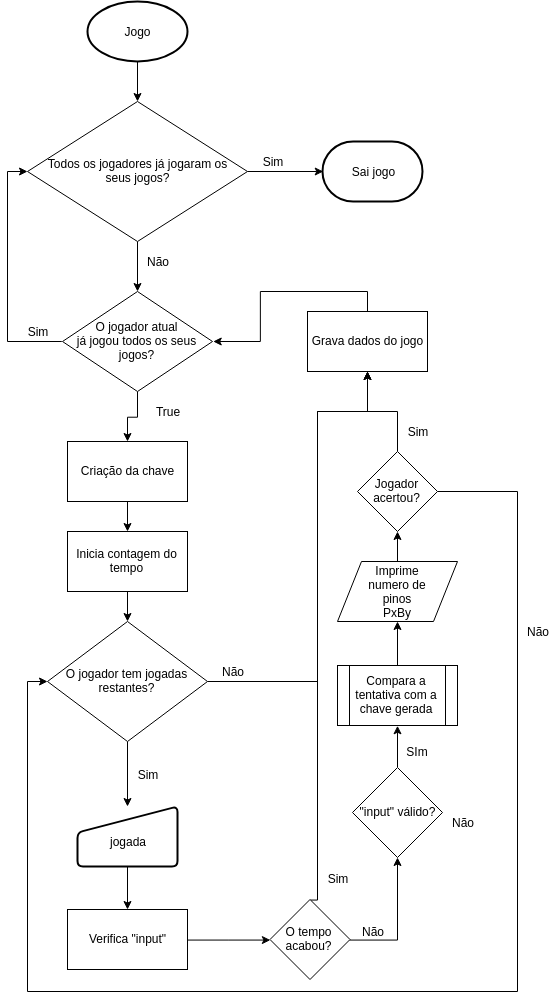
Before: Relatorio/jogo.png, a diagram exported from draw.io (kikofmas/Projeto-Prog). Source tidied: cells renumbered, new cells last; positions are measured from the earlier drawing's top-left corner, leaving out a move shared by most shapes.
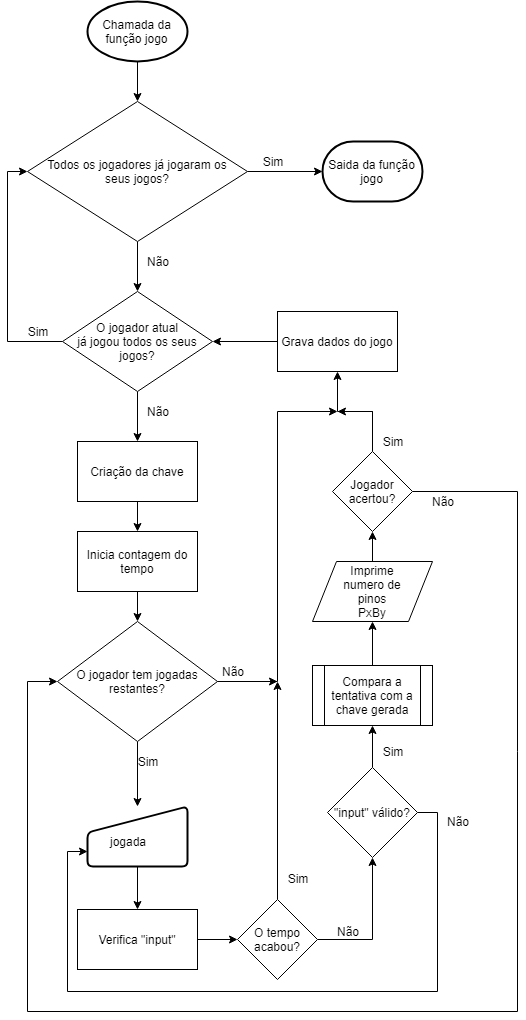
The same diagram one commit later.

Change to the diagram source:
```diff
@@ -5,7 +5,7 @@
     <mxCell id="2" style="edgeStyle=orthogonalEdgeStyle;rounded=0;jettySize=auto;html=1;" parent="1" edge="1" source="3" target="6">
       <mxGeometry relative="1" as="geometry" />
     </mxCell>
-    <mxCell id="3" value="Jogo" style="strokeWidth=2;html=1;shape=mxgraph.flowchart.start_1;whiteSpace=wrap;" parent="1" vertex="1">
+    <mxCell id="3" value="Chamada da função jogo" style="strokeWidth=2;html=1;shape=mxgraph.flowchart.start_1;whiteSpace=wrap;" parent="1" vertex="1">
       <mxGeometry x="70" width="100" height="60" as="geometry" />
     </mxCell>
     <mxCell id="4" style="edgeStyle=orthogonalEdgeStyle;rounded=0;jettySize=auto;html=1;entryX=0.5;entryY=0;entryDx=0;entryDy=0;" parent="1" edge="1" source="6" target="9">
@@ -32,8 +32,8 @@
     <mxCell id="11" value="Sim" style="text;html=1;strokeColor=none;fillColor=none;align=center;verticalAlign=middle;whiteSpace=wrap;rounded=0;" parent="1" vertex="1">
       <mxGeometry x="235" y="150" width="40" height="20" as="geometry" />
     </mxCell>
-    <mxCell id="12" value="True" style="text;html=1;strokeColor=none;fillColor=none;align=center;verticalAlign=middle;whiteSpace=wrap;rounded=0;" parent="1" vertex="1">
-      <mxGeometry x="130" y="400" width="40" height="20" as="geometry" />
+    <mxCell id="12" value="Não" style="text;html=1;strokeColor=none;fillColor=none;align=center;verticalAlign=middle;whiteSpace=wrap;rounded=0;" parent="1" vertex="1">
+      <mxGeometry x="120" y="400" width="40" height="20" as="geometry" />
     </mxCell>
     <mxCell id="13" value="Sim" style="text;html=1;strokeColor=none;fillColor=none;align=center;verticalAlign=middle;whiteSpace=wrap;rounded=0;" parent="1" vertex="1">
       <mxGeometry y="320" width="40" height="20" as="geometry" />
@@ -42,19 +42,19 @@
       <mxGeometry relative="1" as="geometry" />
     </mxCell>
     <mxCell id="15" value="&lt;span&gt;Criação da chave&lt;/span&gt;&lt;br&gt;" style="rounded=0;whiteSpace=wrap;html=1;" parent="1" vertex="1">
-      <mxGeometry x="50" y="440" width="120" height="60" as="geometry" />
+      <mxGeometry x="60" y="440" width="120" height="60" as="geometry" />
     </mxCell>
     <mxCell id="16" style="edgeStyle=orthogonalEdgeStyle;rounded=0;jettySize=auto;html=1;" parent="1" edge="1" source="17" target="23">
       <mxGeometry relative="1" as="geometry" />
     </mxCell>
     <mxCell id="17" value="Inicia contagem do tempo&lt;br&gt;" style="rounded=0;whiteSpace=wrap;html=1;" parent="1" vertex="1">
-      <mxGeometry x="50" y="530" width="120" height="60" as="geometry" />
+      <mxGeometry x="60" y="530" width="120" height="60" as="geometry" />
     </mxCell>
     <mxCell id="18" style="edgeStyle=orthogonalEdgeStyle;rounded=0;jettySize=auto;html=1;" parent="1" edge="1" source="19" target="32">
       <mxGeometry relative="1" as="geometry" />
     </mxCell>
     <mxCell id="19" style="verticalLabelPosition=bottom;verticalAlign=top;html=1;strokeWidth=2;shape=manualInput;whiteSpace=wrap;rounded=1;size=26;arcSize=11;" parent="1" vertex="1">
-      <mxGeometry x="60" y="805" width="100" height="60" as="geometry" />
+      <mxGeometry x="70" y="805" width="100" height="60" as="geometry" />
     </mxCell>
     <mxCell id="20" value="jogada" style="text;html=1;strokeColor=none;fillColor=none;align=center;verticalAlign=middle;whiteSpace=wrap;rounded=0;" parent="1" vertex="1">
       <mxGeometry x="90" y="830" width="40" height="20" as="geometry" />
@@ -62,108 +62,130 @@
     <mxCell id="21" style="edgeStyle=orthogonalEdgeStyle;rounded=0;jettySize=auto;html=1;" parent="1" edge="1" source="23" target="19">
       <mxGeometry relative="1" as="geometry" />
     </mxCell>
-    <mxCell id="22" style="edgeStyle=orthogonalEdgeStyle;rounded=0;jettySize=auto;html=1;exitX=1;exitY=0.5;exitDx=0;exitDy=0;entryX=0.5;entryY=1;entryDx=0;entryDy=0;" parent="1" edge="1" source="23" target="44">
-      <mxGeometry relative="1" as="geometry">
-        <Array as="points">
-          <mxPoint x="300" y="680" />
-          <mxPoint x="300" y="410" />
-          <mxPoint x="350" y="410" />
-        </Array>
-      </mxGeometry>
-    </mxCell>
+    <mxCell id="50" style="edgeStyle=orthogonalEdgeStyle;rounded=0;jettySize=auto;html=1;exitX=1;exitY=0.5;exitDx=0;exitDy=0;" parent="1" edge="1" source="23">
+      <mxGeometry relative="1" as="geometry">
+        <mxPoint x="260" y="680" as="targetPoint" />
+      </mxGeometry>
+    </mxCell>
+    <mxCell id="51" style="edgeStyle=orthogonalEdgeStyle;rounded=0;jettySize=auto;html=1;exitX=1;exitY=0.5;exitDx=0;exitDy=0;" parent="1" edge="1" source="23">
+      <mxGeometry relative="1" as="geometry">
+        <mxPoint x="320" y="410" as="targetPoint" />
+        <Array as="points">
+          <mxPoint x="260" y="680" />
+          <mxPoint x="260" y="410" />
+        </Array>
+      </mxGeometry>
+    </mxCell>
     <mxCell id="23" value="O jogador tem jogadas restantes?" style="rhombus;whiteSpace=wrap;html=1;" parent="1" vertex="1">
-      <mxGeometry x="30" y="620" width="160" height="120" as="geometry" />
+      <mxGeometry x="40" y="620" width="160" height="120" as="geometry" />
     </mxCell>
     <mxCell id="24" style="edgeStyle=orthogonalEdgeStyle;rounded=0;jettySize=auto;html=1;exitX=0.5;exitY=0;exitDx=0;exitDy=0;entryX=0.5;entryY=1;entryDx=0;entryDy=0;" parent="1" edge="1" source="25" target="46">
       <mxGeometry relative="1" as="geometry" />
     </mxCell>
+    <mxCell id="52" style="edgeStyle=orthogonalEdgeStyle;rounded=0;jettySize=auto;html=1;exitX=1;exitY=0.5;exitDx=0;exitDy=0;entryX=0;entryY=0.75;entryDx=0;entryDy=0;" parent="1" edge="1" source="25" target="19">
+      <mxGeometry relative="1" as="geometry">
+        <Array as="points">
+          <mxPoint x="420" y="811" />
+          <mxPoint x="420" y="990" />
+          <mxPoint x="50" y="990" />
+          <mxPoint x="50" y="850" />
+        </Array>
+      </mxGeometry>
+    </mxCell>
     <mxCell id="25" value="&quot;input&quot; válido?" style="rhombus;whiteSpace=wrap;html=1;" parent="1" vertex="1">
-      <mxGeometry x="335" y="766" width="90" height="90" as="geometry" />
+      <mxGeometry x="310" y="766" width="90" height="90" as="geometry" />
     </mxCell>
+    <mxCell id="27" style="edgeStyle=orthogonalEdgeStyle;rounded=0;jettySize=auto;html=1;exitX=1;exitY=0.5;exitDx=0;exitDy=0;entryX=0;entryY=0.5;entryDx=0;entryDy=0;" parent="1" edge="1" source="28" target="23">
+      <mxGeometry relative="1" as="geometry">
+        <Array as="points">
+          <mxPoint x="500" y="490" />
+          <mxPoint x="500" y="1010" />
+          <mxPoint x="10" y="1010" />
+          <mxPoint x="10" y="680" />
+        </Array>
+      </mxGeometry>
+    </mxCell>
     <mxCell id="26" style="edgeStyle=orthogonalEdgeStyle;rounded=0;jettySize=auto;html=1;exitX=0.5;exitY=0;exitDx=0;exitDy=0;entryX=0.5;entryY=1;entryDx=0;entryDy=0;" parent="1" edge="1" source="28" target="44">
       <mxGeometry relative="1" as="geometry" />
     </mxCell>
-    <mxCell id="27" style="edgeStyle=orthogonalEdgeStyle;rounded=0;jettySize=auto;html=1;exitX=1;exitY=0.5;exitDx=0;exitDy=0;entryX=0;entryY=0.5;entryDx=0;entryDy=0;" parent="1" edge="1" source="28" target="23">
-      <mxGeometry relative="1" as="geometry">
-        <Array as="points">
-          <mxPoint x="500" y="490" />
-          <mxPoint x="500" y="990" />
-          <mxPoint x="10" y="990" />
-          <mxPoint x="10" y="680" />
-        </Array>
-      </mxGeometry>
-    </mxCell>
+    <mxCell id="53" style="edgeStyle=orthogonalEdgeStyle;rounded=0;jettySize=auto;html=1;exitX=0.5;exitY=0;exitDx=0;exitDy=0;" parent="1" edge="1" source="28">
+      <mxGeometry relative="1" as="geometry">
+        <mxPoint x="320" y="410" as="targetPoint" />
+        <Array as="points">
+          <mxPoint x="355" y="410" />
+        </Array>
+      </mxGeometry>
+    </mxCell>
     <mxCell id="28" value="Jogador acertou?" style="rhombus;whiteSpace=wrap;html=1;" parent="1" vertex="1">
-      <mxGeometry x="340" y="450" width="80" height="80" as="geometry" />
+      <mxGeometry x="315" y="450" width="80" height="80" as="geometry" />
     </mxCell>
     <mxCell id="29" value="Não" style="text;html=1;strokeColor=none;fillColor=none;align=center;verticalAlign=middle;whiteSpace=wrap;rounded=0;" parent="1" vertex="1">
       <mxGeometry x="195" y="660" width="40" height="20" as="geometry" />
     </mxCell>
     <mxCell id="30" value="Sim" style="text;html=1;strokeColor=none;fillColor=none;align=center;verticalAlign=middle;whiteSpace=wrap;rounded=0;" parent="1" vertex="1">
-      <mxGeometry x="110" y="762.5" width="40" height="20" as="geometry" />
+      <mxGeometry x="110" y="750" width="40" height="20" as="geometry" />
     </mxCell>
     <mxCell id="31" style="edgeStyle=orthogonalEdgeStyle;rounded=0;jettySize=auto;html=1;entryX=0;entryY=0.5;entryDx=0;entryDy=0;" parent="1" edge="1" source="32" target="35">
       <mxGeometry relative="1" as="geometry" />
     </mxCell>
     <mxCell id="32" value="Verifica &quot;input&quot;" style="rounded=0;whiteSpace=wrap;html=1;" parent="1" vertex="1">
-      <mxGeometry x="50" y="908" width="120" height="60" as="geometry" />
+      <mxGeometry x="60" y="908" width="120" height="60" as="geometry" />
     </mxCell>
     <mxCell id="33" style="edgeStyle=orthogonalEdgeStyle;rounded=0;jettySize=auto;html=1;" parent="1" edge="1" source="35" target="25">
       <mxGeometry relative="1" as="geometry" />
     </mxCell>
-    <mxCell id="34" style="edgeStyle=orthogonalEdgeStyle;rounded=0;jettySize=auto;html=1;exitX=0.5;exitY=0;exitDx=0;exitDy=0;entryX=0.5;entryY=1;entryDx=0;entryDy=0;" parent="1" edge="1" source="35" target="44">
-      <mxGeometry relative="1" as="geometry">
-        <Array as="points">
-          <mxPoint x="300" y="898" />
-          <mxPoint x="300" y="410" />
-          <mxPoint x="350" y="410" />
-        </Array>
-      </mxGeometry>
-    </mxCell>
+    <mxCell id="54" style="edgeStyle=orthogonalEdgeStyle;rounded=0;jettySize=auto;html=1;exitX=0.5;exitY=0;exitDx=0;exitDy=0;" parent="1" edge="1" source="35">
+      <mxGeometry relative="1" as="geometry">
+        <mxPoint x="260" y="680" as="targetPoint" />
+        <Array as="points">
+          <mxPoint x="260" y="680" />
+        </Array>
+      </mxGeometry>
+    </mxCell>
     <mxCell id="35" value="O tempo acabou?" style="rhombus;whiteSpace=wrap;html=1;" parent="1" vertex="1">
-      <mxGeometry x="252.5" y="898" width="80" height="80" as="geometry" />
+      <mxGeometry x="220" y="898" width="80" height="80" as="geometry" />
     </mxCell>
     <mxCell id="36" value="Sim" style="text;html=1;strokeColor=none;fillColor=none;align=center;verticalAlign=middle;whiteSpace=wrap;rounded=0;" parent="1" vertex="1">
-      <mxGeometry x="300" y="867" width="40" height="20" as="geometry" />
+      <mxGeometry x="260" y="867" width="40" height="20" as="geometry" />
     </mxCell>
     <mxCell id="37" value="Não" style="text;html=1;strokeColor=none;fillColor=none;align=center;verticalAlign=middle;whiteSpace=wrap;rounded=0;" parent="1" vertex="1">
-      <mxGeometry x="335" y="919.5" width="40" height="20" as="geometry" />
+      <mxGeometry x="310" y="919.5" width="40" height="20" as="geometry" />
     </mxCell>
     <mxCell id="38" value="Não" style="text;html=1;strokeColor=none;fillColor=none;align=center;verticalAlign=middle;whiteSpace=wrap;rounded=0;" parent="1" vertex="1">
-      <mxGeometry x="425" y="811" width="40" height="20" as="geometry" />
+      <mxGeometry x="420" y="810" width="40" height="20" as="geometry" />
     </mxCell>
-    <mxCell id="39" value="SIm" style="text;html=1;strokeColor=none;fillColor=none;align=center;verticalAlign=middle;whiteSpace=wrap;rounded=0;" parent="1" vertex="1">
-      <mxGeometry x="380" y="740" width="40" height="20" as="geometry" />
+    <mxCell id="39" value="Sim" style="text;html=1;strokeColor=none;fillColor=none;align=center;verticalAlign=middle;whiteSpace=wrap;rounded=0;" parent="1" vertex="1">
+      <mxGeometry x="355" y="740" width="40" height="20" as="geometry" />
     </mxCell>
     <mxCell id="40" value="Não" style="text;html=1;strokeColor=none;fillColor=none;align=center;verticalAlign=middle;whiteSpace=wrap;rounded=0;" parent="1" vertex="1">
-      <mxGeometry x="500" y="620" width="40" height="20" as="geometry" />
+      <mxGeometry x="405" y="490" width="40" height="20" as="geometry" />
     </mxCell>
     <mxCell id="41" value="Sim" style="text;html=1;strokeColor=none;fillColor=none;align=center;verticalAlign=middle;whiteSpace=wrap;rounded=0;" parent="1" vertex="1">
-      <mxGeometry x="380" y="420" width="40" height="20" as="geometry" />
+      <mxGeometry x="355" y="430" width="40" height="20" as="geometry" />
     </mxCell>
-    <mxCell id="42" value="Sai jogo" style="strokeWidth=2;html=1;shape=mxgraph.flowchart.terminator;whiteSpace=wrap;" parent="1" vertex="1">
+    <mxCell id="42" value="Saida da função jogo" style="strokeWidth=2;html=1;shape=mxgraph.flowchart.terminator;whiteSpace=wrap;" parent="1" vertex="1">
       <mxGeometry x="305" y="140" width="100" height="60" as="geometry" />
     </mxCell>
-    <mxCell id="43" style="edgeStyle=orthogonalEdgeStyle;rounded=0;jettySize=auto;html=1;exitX=0.5;exitY=0;exitDx=0;exitDy=0;entryX=1;entryY=0.5;entryDx=0;entryDy=0;" parent="1" edge="1" source="44" target="9">
+    <mxCell id="43" style="edgeStyle=orthogonalEdgeStyle;rounded=0;jettySize=auto;html=1;exitX=0;exitY=0.5;exitDx=0;exitDy=0;entryX=1;entryY=0.5;entryDx=0;entryDy=0;" parent="1" edge="1" source="44" target="9">
       <mxGeometry relative="1" as="geometry" />
     </mxCell>
     <mxCell id="44" value="Grava dados do jogo" style="rounded=0;whiteSpace=wrap;html=1;" parent="1" vertex="1">
-      <mxGeometry x="290" y="310" width="120" height="60" as="geometry" />
+      <mxGeometry x="260" y="310" width="120" height="60" as="geometry" />
     </mxCell>
     <mxCell id="45" style="edgeStyle=orthogonalEdgeStyle;rounded=0;jettySize=auto;html=1;exitX=0.5;exitY=0;exitDx=0;exitDy=0;entryX=0.5;entryY=1;entryDx=0;entryDy=0;" parent="1" edge="1" source="46" target="48">
       <mxGeometry relative="1" as="geometry" />
     </mxCell>
     <mxCell id="46" value="Compara a tentativa com a chave gerada" style="shape=process;whiteSpace=wrap;html=1;backgroundOutline=1;" parent="1" vertex="1">
-      <mxGeometry x="320" y="664" width="120" height="60" as="geometry" />
+      <mxGeometry x="295" y="664" width="120" height="60" as="geometry" />
     </mxCell>
     <mxCell id="47" style="edgeStyle=orthogonalEdgeStyle;rounded=0;jettySize=auto;html=1;" parent="1" edge="1" source="48" target="28">
       <mxGeometry relative="1" as="geometry" />
     </mxCell>
     <mxCell id="48" style="shape=parallelogram;perimeter=parallelogramPerimeter;whiteSpace=wrap;html=1;" parent="1" vertex="1">
-      <mxGeometry x="320" y="560" width="120" height="60" as="geometry" />
+      <mxGeometry x="295" y="560" width="120" height="60" as="geometry" />
     </mxCell>
     <mxCell id="49" value="Imprime numero de pinos PxBy" style="text;html=1;strokeColor=none;fillColor=none;align=center;verticalAlign=middle;whiteSpace=wrap;rounded=0;" parent="1" vertex="1">
-      <mxGeometry x="350" y="560" width="60" height="60" as="geometry" />
+      <mxGeometry x="325" y="560" width="60" height="60" as="geometry" />
     </mxCell>
   </root>
 </mxGraphModel>
```
